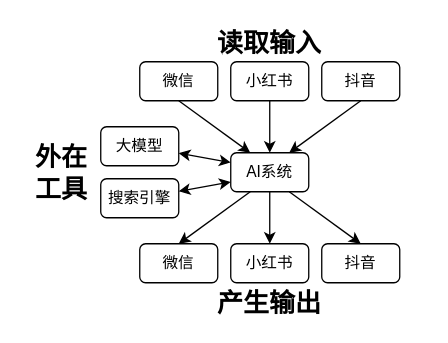
This is page "agentic-coding" (19 of 24) of docs/public/easy-pocket.drawio from datawhalechina/easy-pocket, a draw.io file, before an edit. Source tidied: cells renumbered, new cells numbered last; positions are measured from the earlier drawing's top-left corner, leaving out a move shared by most shapes. Both pictures are drawn from the tidied source at 130%, with x=0, y=0 at pixel (22, 22).
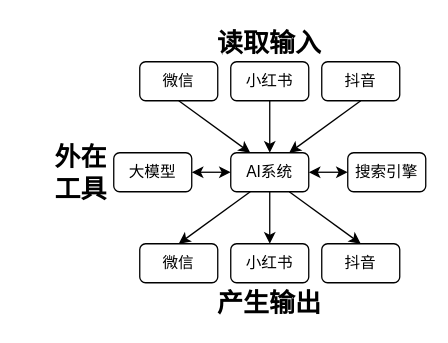
The same page after the edit.

Commit message (it also covers changes not shown here):
Update agentic coding diagram for improved clarity and accuracy

The change refers to these unchanged cells:
```xml
<mxCell id="2" value="AI系统" style="rounded=1;whiteSpace=wrap;html=1;" parent="1" vertex="1">
  <mxGeometry x="160" y="100" width="60" height="30" as="geometry" />
</mxCell>
```

The edit, as a diff of the source:
```diff
@@
-    <mxCell id="3" style="html=1;entryX=0;entryY=0.25;entryDx=0;entryDy=0;endArrow=classic;endFill=1;startArrow=classic;startFill=1;" parent="1" edge="1" source="4" target="2">
+    <mxCell id="3" style="html=1;entryX=0;entryY=0.5;entryDx=0;entryDy=0;endArrow=classic;endFill=1;startArrow=classic;startFill=1;" parent="1" edge="1" source="4" target="2">
       <mxGeometry relative="1" as="geometry" />
     </mxCell>
     <mxCell id="4" value="大模型" style="rounded=1;whiteSpace=wrap;html=1;" parent="1" vertex="1">
-      <mxGeometry x="60" y="80" width="60" height="30" as="geometry" />
+      <mxGeometry x="70" y="100" width="60" height="30" as="geometry" />
     </mxCell>
-    <mxCell id="5" style="html=1;entryX=0;entryY=0.75;entryDx=0;entryDy=0;startArrow=classic;startFill=1;" parent="1" edge="1" source="6" target="2">
+    <mxCell id="5" style="html=1;entryX=1;entryY=0.5;entryDx=0;entryDy=0;startArrow=classic;startFill=1;" parent="1" edge="1" source="6" target="2">
       <mxGeometry relative="1" as="geometry" />
     </mxCell>
     <mxCell id="6" value="搜索引擎" style="rounded=1;whiteSpace=wrap;html=1;" parent="1" vertex="1">
-      <mxGeometry x="60" y="120" width="60" height="30" as="geometry" />
+      <mxGeometry x="250" y="100" width="60" height="30" as="geometry" />
     </mxCell>
     <mxCell id="7" value="&lt;b&gt;&lt;font style=&quot;font-size: 20px;&quot;&gt;外在工具&lt;/font&gt;&lt;/b&gt;" style="text;html=1;whiteSpace=wrap;strokeColor=none;fillColor=none;align=center;verticalAlign=middle;rounded=0;" parent="1" vertex="1">
-      <mxGeometry y="100" width="60" height="30" as="geometry" />
+      <mxGeometry x="20" y="90" width="50" height="50" as="geometry" />
     </mxCell>
```
